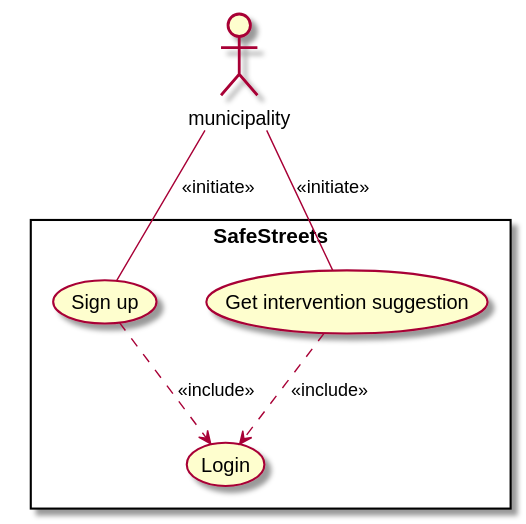
Before: RASD/resources/municipality_usecases.svg, a diagram exported from PlantUML (simonebraga/software_engineering_project_2020).
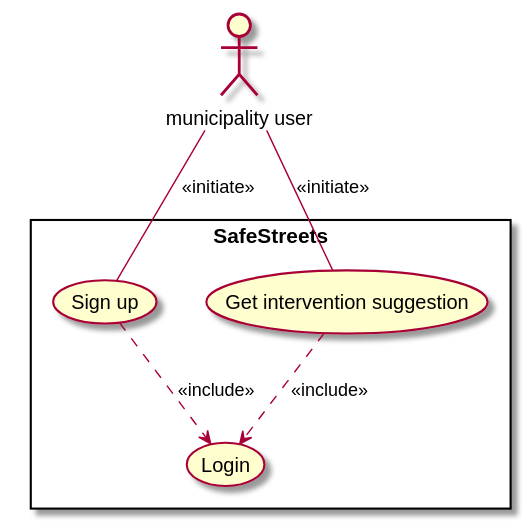
Later version of the same file.

Commit message:
Expanded use cases description and added use case diagrams to auth and municipality user

The edit, as a diff of the source:
```diff
@@ -1,6 +1,6 @@
 @startuml
 
-actor municipality
+actor :municipality user: as municipality
 
 rectangle SafeStreets{
 
```
